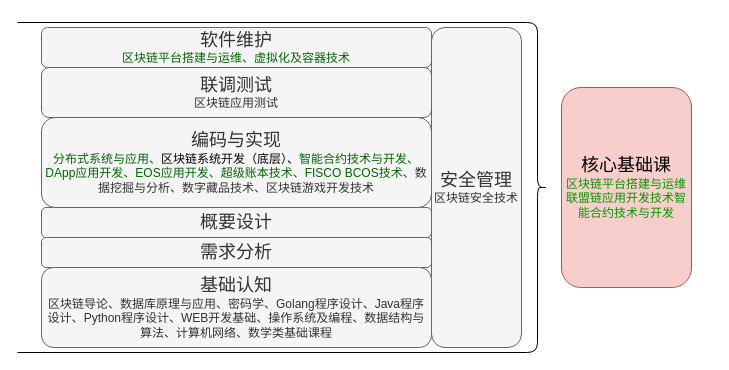
Before: 核心专业课.drawio in luuuuo/luuuuo_content, a draw.io diagram. Source tidied: cells renumbered, new cells numbered last; positions are measured from the earlier drawing's top-left corner, leaving out a move shared by most shapes. Both pictures are drawn from the tidied source at 100%, with x=0, y=0 at pixel (17, 22).
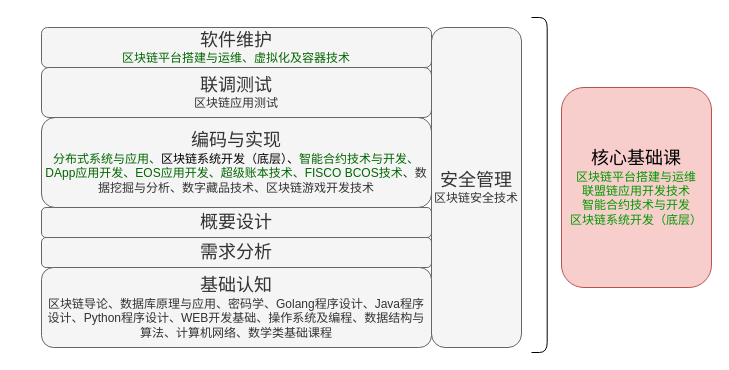
The same diagram, later.

Commit message:
更新核心专业课.drawio

What changed in the source:
```diff
@@
 <mxGraphModel>
   <root>
     <mxCell id="0" />
     <mxCell id="1" parent="0" />
     <mxCell id="2" style="shape=curlyBracket;whiteSpace=wrap;html=1;rounded=1;flipH=1;labelPosition=right;verticalLabelPosition=middle;align=left;verticalAlign=middle;size=0.018867924528301886;" parent="1" vertex="1">
-      <mxGeometry width="530" height="330" as="geometry" />
+      <mxGeometry x="514" y="-5" width="16" height="335" as="geometry" />
     </mxCell>
     <mxCell id="3" value="&lt;font style=&quot;font-size: 18px;&quot;&gt;概要设计&lt;/font&gt;" style="rounded=1;whiteSpace=wrap;html=1;fillColor=#f5f5f5;fontColor=#333333;strokeColor=#666666;" parent="1" vertex="1">
       <mxGeometry x="24" y="185" width="390" height="30" as="geometry" />
     </mxCell>
     <mxCell id="4" value="&lt;font style=&quot;font-size: 18px;&quot;&gt;需求分析&lt;/font&gt;" style="rounded=1;whiteSpace=wrap;html=1;fillColor=#f5f5f5;fontColor=#333333;strokeColor=#666666;" parent="1" vertex="1">
       <mxGeometry x="24" y="215" width="390" height="30" as="geometry" />
     </mxCell>
     <mxCell id="5" value="&lt;font style=&quot;font-size: 18px;&quot;&gt;编码与实现&lt;br&gt;&lt;/font&gt;&lt;div&gt;&lt;font color=&quot;#006600&quot;&gt;分布式系统与应用、&lt;/font&gt;&lt;span style=&quot;background-color: initial;&quot;&gt;&lt;font color=&quot;#000000&quot;&gt;区块链系统开发（底层）、&lt;/font&gt;&lt;/span&gt;&lt;span style=&quot;color: rgb(0, 102, 0); background-color: initial;&quot;&gt;智能合约技术与开发、&lt;/span&gt;&lt;span style=&quot;color: rgb(0, 102, 0); background-color: initial;&quot;&gt;DApp应用开发、&lt;/span&gt;&lt;span style=&quot;color: rgb(0, 102, 0); background-color: initial;&quot;&gt;EOS应用开发、&lt;/span&gt;&lt;span style=&quot;color: rgb(0, 102, 0); background-color: initial;&quot;&gt;超级账本技术、&lt;/span&gt;&lt;span style=&quot;color: rgb(0, 102, 0); background-color: initial;&quot;&gt;FISCO BCOS技术&lt;/span&gt;&lt;span style=&quot;background-color: initial;&quot;&gt;、&lt;/span&gt;&lt;span style=&quot;background-color: initial;&quot;&gt;数据挖掘与分析、数字藏品技术、区块链游戏开发技术&lt;/span&gt;&lt;/div&gt;" style="rounded=1;whiteSpace=wrap;html=1;fillColor=#f5f5f5;strokeColor=#666666;fontColor=#333333;" parent="1" vertex="1">
       <mxGeometry x="24" y="95" width="390" height="90" as="geometry" />
     </mxCell>
     <mxCell id="6" value="&lt;font style=&quot;font-size: 18px;&quot;&gt;联调测试&lt;br&gt;&lt;/font&gt;区块链应用测试" style="rounded=1;whiteSpace=wrap;html=1;fillColor=#f5f5f5;strokeColor=#666666;fontColor=#333333;" parent="1" vertex="1">
       <mxGeometry x="24" y="45" width="390" height="50" as="geometry" />
     </mxCell>
     <mxCell id="7" value="&lt;font style=&quot;font-size: 18px;&quot;&gt;软件维护&lt;br&gt;&lt;/font&gt;&lt;font color=&quot;#006600&quot;&gt;区块链平台搭建与运维、虚拟化及容器技术&lt;/font&gt;" style="rounded=1;whiteSpace=wrap;html=1;fillColor=#f5f5f5;strokeColor=#666666;fontColor=#333333;" parent="1" vertex="1">
       <mxGeometry x="24" y="5" width="390" height="40" as="geometry" />
     </mxCell>
     <mxCell id="8" value="&lt;font style=&quot;font-size: 18px;&quot;&gt;安全管理&lt;/font&gt;&lt;br&gt;区块链安全技术" style="rounded=1;whiteSpace=wrap;html=1;fillColor=#f5f5f5;strokeColor=#666666;fontColor=#333333;" parent="1" vertex="1">
       <mxGeometry x="414" y="5" width="90" height="320" as="geometry" />
     </mxCell>
     <mxCell id="9" value="&lt;font style=&quot;font-size: 18px;&quot;&gt;基础认知&lt;/font&gt;&lt;br&gt;&lt;div&gt;区块链导论、&lt;span style=&quot;background-color: initial;&quot;&gt;数据库原理与应用、&lt;/span&gt;&lt;span style=&quot;background-color: initial;&quot;&gt;密码学、&lt;/span&gt;&lt;span style=&quot;background-color: initial;&quot;&gt;Golang程序设计、&lt;/span&gt;&lt;span style=&quot;background-color: initial;&quot;&gt;Java程序设计、&lt;/span&gt;&lt;span style=&quot;background-color: initial;&quot;&gt;Python程序设计、&lt;/span&gt;&lt;span style=&quot;background-color: initial;&quot;&gt;WEB开发基础、&lt;/span&gt;&lt;span style=&quot;background-color: initial;&quot;&gt;操作系统及编程、&lt;/span&gt;&lt;span style=&quot;background-color: initial;&quot;&gt;数据结构与算法、&lt;/span&gt;&lt;span style=&quot;background-color: initial;&quot;&gt;计算机网络、&lt;/span&gt;&lt;span style=&quot;background-color: initial;&quot;&gt;数学类基础课程&lt;/span&gt;&lt;/div&gt;" style="rounded=1;whiteSpace=wrap;html=1;fillColor=#f5f5f5;fontColor=#333333;strokeColor=#666666;" parent="1" vertex="1">
       <mxGeometry x="24" y="245" width="390" height="80" as="geometry" />
     </mxCell>
-    <mxCell id="10" value="&lt;font style=&quot;font-size: 18px;&quot;&gt;核心基础课&lt;/font&gt;&lt;br&gt;&lt;font color=&quot;#009900&quot;&gt;区块链平台搭建与运维&lt;br style=&quot;border-color: var(--border-color);&quot;&gt;联盟链应用开发技术智能合约技术与开发&lt;/font&gt;" style="rounded=1;whiteSpace=wrap;html=1;fillColor=#f8cecc;strokeColor=#b85450;" parent="1" vertex="1">
-      <mxGeometry x="544" y="65" width="130" height="200" as="geometry" />
+    <mxCell id="10" value="&lt;font style=&quot;font-size: 18px;&quot;&gt;核心基础课&lt;/font&gt;&lt;br&gt;&lt;font color=&quot;#009900&quot;&gt;区块链平台搭建与运维&lt;br style=&quot;border-color: var(--border-color);&quot;&gt;联盟链应用开发技术&lt;br&gt;智能合约技术与开发&lt;br&gt;区块链系统开发（底层）&lt;br&gt;&lt;/font&gt;" style="rounded=1;whiteSpace=wrap;html=1;fillColor=#f8cecc;strokeColor=#b85450;" parent="1" vertex="1">
+      <mxGeometry x="544" y="65" width="150" height="200" as="geometry" />
     </mxCell>
   </root>
 </mxGraphModel>
```
